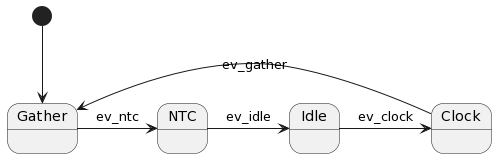
Before: state_diagram.png, a diagram exported from PlantUML (seryafarma/Weather).
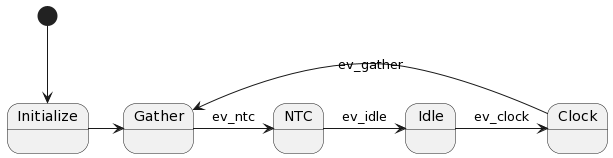
Later version of the same file.

What changed in the source:
```diff
@@ -1,5 +1,6 @@
 @startuml
-[*] --> Gather
+[*] --> Initialize
+Initialize -> Gather
 Gather -> NTC : ev_ntc
 NTC -> Idle : ev_idle
 Idle -> Clock : ev_clock
```
